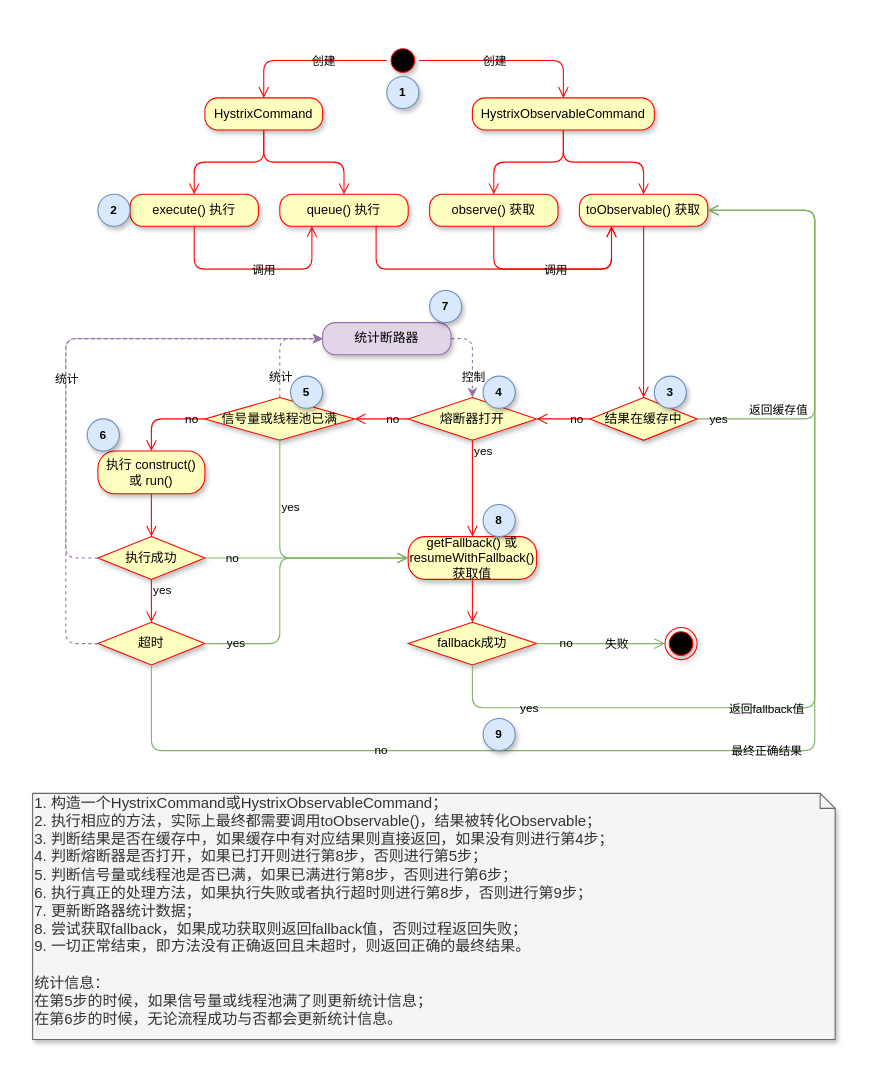
Above: tyz-流程图.drawio in Woobhurk/tyz-pic-repo (draw.io), before the change. Source tidied: cells renumbered, new cells numbered last; positions are measured from the earlier drawing's top-left corner, leaving out a move shared by most shapes. Both pictures are drawn from the tidied source at 107%, with x=0, y=0 at pixel (32, 44).
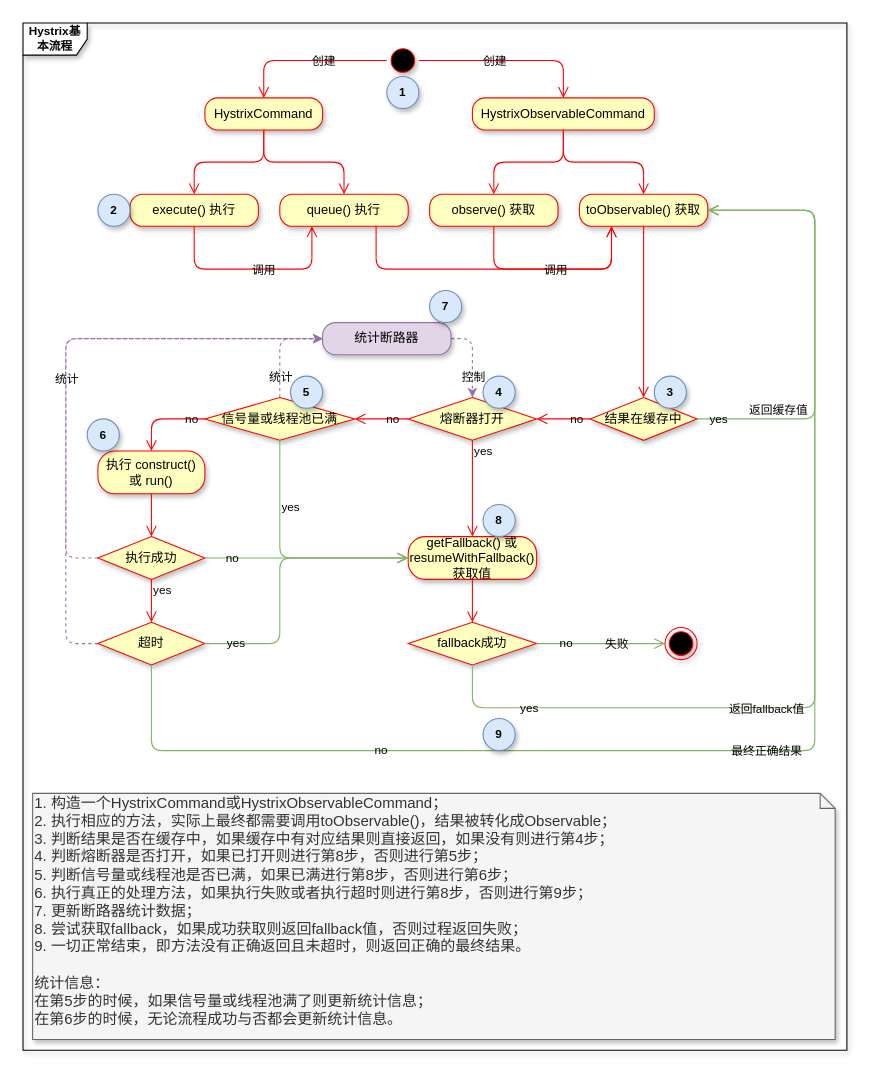
Above is the later version.

What changed in the source:
```diff
@@
+    <mxCell id="68" value="Hystrix基本流程" style="shape=umlFrame;whiteSpace=wrap;html=1;rounded=1;shadow=1;glass=0;labelBackgroundColor=none;strokeColor=#000000;fillColor=#ffffff;fontSize=11;fontStyle=1;" parent="1" vertex="1">
+      <mxGeometry x="-9" y="-20" width="770" height="960" as="geometry" />
+    </mxCell>
@@
-    <mxCell id="67" value="&lt;font style=&quot;font-size: 14px&quot;&gt;1. 构造一个HystrixCommand或HystrixObservableCommand；&lt;br&gt;2. 执行相应的方法，实际上最终都需要调用toObservable()，结果被转化Observable；&lt;br&gt;3. 判断结果是否在缓存中，如果缓存中有对应结果则直接返回，如果没有则进行第4步；&lt;br&gt;4. 判断熔断器是否打开，如果已打开则进行第8步，否则进行第5步；&lt;br&gt;5. 判断信号量或线程池是否已满，如果已满进行第8步，否则进行第6步；&lt;br&gt;6. 执行真正的处理方法，如果执行失败或者执行超时则进行第8步，否则进行第9步；&lt;br&gt;7. 更新断路器统计数据；&lt;br&gt;8. 尝试获取fallback，如果成功获取则返回fallback值，否则过程返回失败；&lt;br&gt;9. 一切正常结束，即方法没有正确返回且未超时，则返回正确的最终结果。&lt;br&gt;&lt;br&gt;统计信息：&lt;br&gt;在第5步的时候，如果信号量或线程池满了则更新统计信息；&lt;br&gt;在第6步的时候，无论流程成功与否都会更新统计信息。&lt;br&gt;&lt;br&gt;&lt;/font&gt;" style="shape=note;whiteSpace=wrap;html=1;size=14;verticalAlign=top;align=left;spacingTop=-6;rounded=1;shadow=1;glass=0;labelBackgroundColor=none;strokeColor=#666666;fillColor=#f5f5f5;fontSize=11;fontColor=#333333;" parent="1" vertex="1">
+    <mxCell id="67" value="&lt;font style=&quot;font-size: 14px&quot;&gt;1. 构造一个HystrixCommand或HystrixObservableCommand；&lt;br&gt;2. 执行相应的方法，实际上最终都需要调用toObservable()，结果被转化成Observable；&lt;br&gt;3. 判断结果是否在缓存中，如果缓存中有对应结果则直接返回，如果没有则进行第4步；&lt;br&gt;4. 判断熔断器是否打开，如果已打开则进行第8步，否则进行第5步；&lt;br&gt;5. 判断信号量或线程池是否已满，如果已满进行第8步，否则进行第6步；&lt;br&gt;6. 执行真正的处理方法，如果执行失败或者执行超时则进行第8步，否则进行第9步；&lt;br&gt;7. 更新断路器统计数据；&lt;br&gt;8. 尝试获取fallback，如果成功获取则返回fallback值，否则过程返回失败；&lt;br&gt;9. 一切正常结束，即方法没有正确返回且未超时，则返回正确的最终结果。&lt;br&gt;&lt;br&gt;统计信息：&lt;br&gt;在第5步的时候，如果信号量或线程池满了则更新统计信息；&lt;br&gt;在第6步的时候，无论流程成功与否都会更新统计信息。&lt;br&gt;&lt;br&gt;&lt;/font&gt;" style="shape=note;whiteSpace=wrap;html=1;size=14;verticalAlign=top;align=left;spacingTop=-6;rounded=1;shadow=1;glass=0;labelBackgroundColor=none;strokeColor=#666666;fillColor=#f5f5f5;fontSize=11;fontColor=#333333;" parent="1" vertex="1">
       <mxGeometry y="700" width="750" height="230" as="geometry" />
     </mxCell>
```
